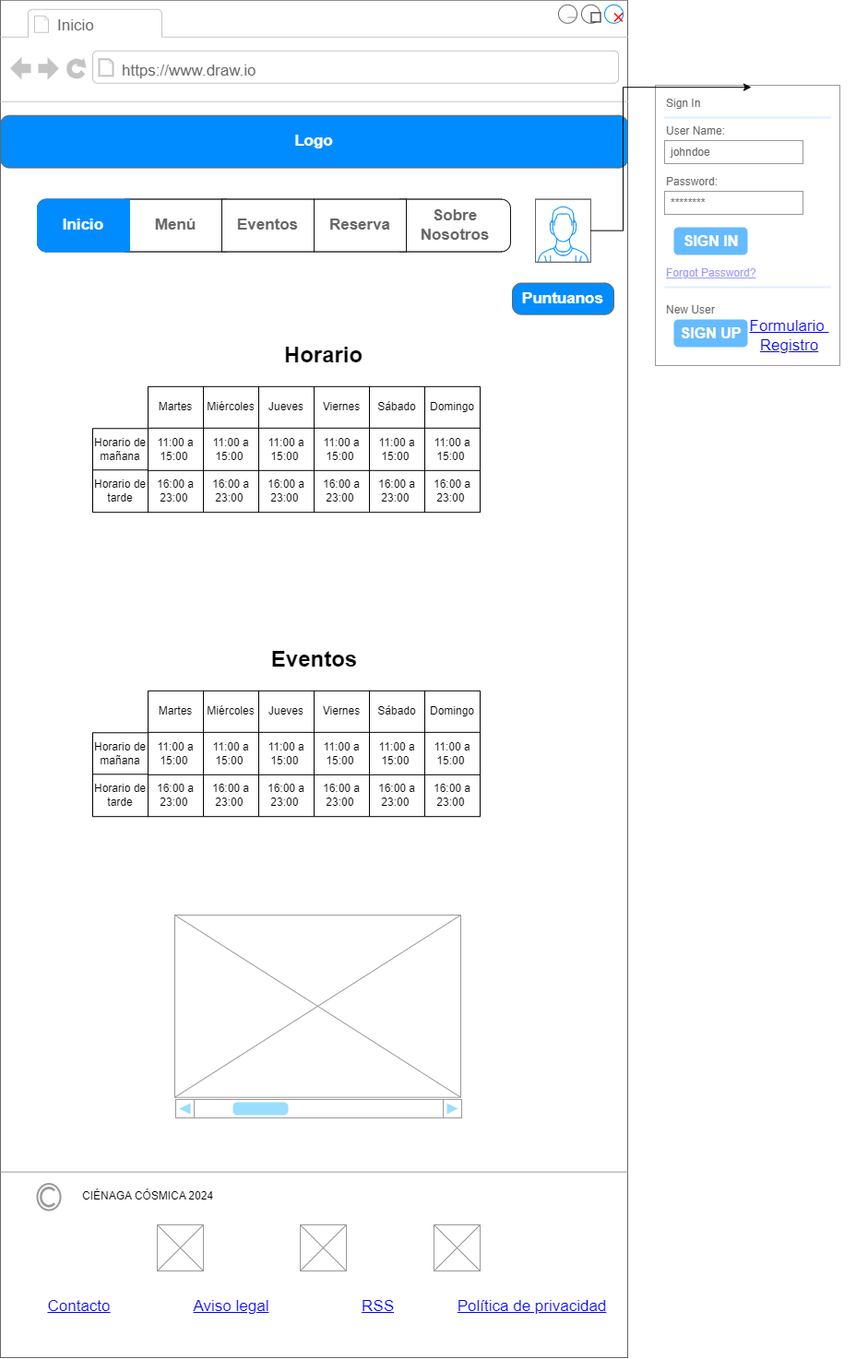
The draw.io diagram MOCKUPS/Mockups_Cibercafé-Inicio.html.drawio.png in luciarinconpozo/Cibercafe, before a commit. Source tidied: cells renumbered, new cells last; positions are measured from the earlier drawing's top-left corner, leaving out a move shared by most shapes.
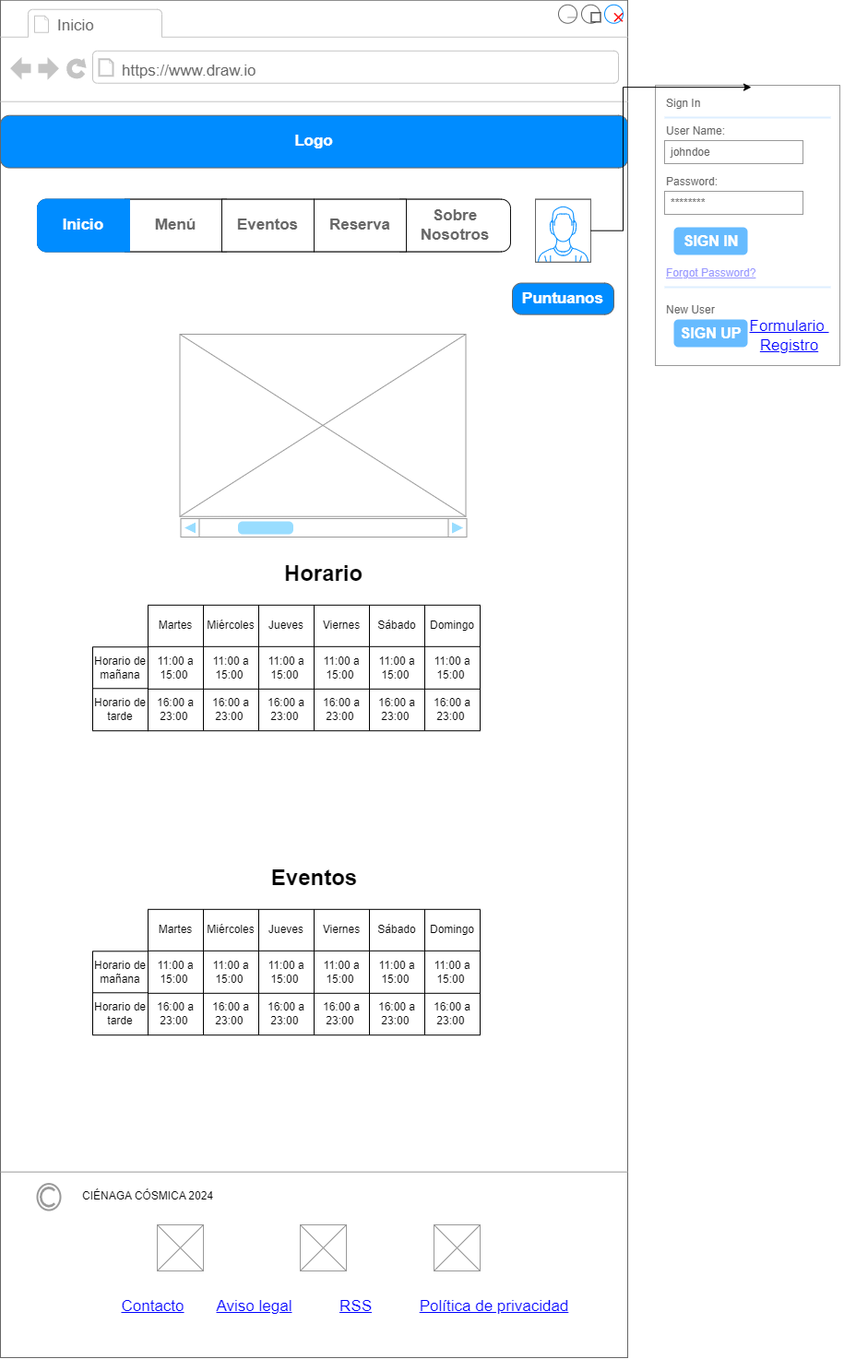
The same file after the commit.

Diff of the diagram source:
```diff
@@ -6,7 +6,7 @@
       <mxGeometry x="100" y="352" width="580" height="1120" as="geometry" />
     </mxCell>
     <mxCell id="3" value="Help" style="strokeColor=inherit;fillColor=inherit;gradientColor=inherit;strokeWidth=1;shadow=0;dashed=0;align=center;html=1;shape=mxgraph.mockup.forms.rrect;rSize=0;fontSize=17;fontColor=#666666;whiteSpace=wrap;" parent="2" vertex="1">
-      <mxGeometry x="415" width="83" height="34.1" as="geometry" />
+      <mxGeometry x="415" y="237" width="83" height="34.1" as="geometry" />
     </mxCell>
     <mxCell id="4" style="strokeWidth=1;shadow=0;dashed=0;align=center;html=1;shape=mxgraph.mockup.containers.browserWindow;rSize=0;strokeColor=#666666;strokeColor2=#008cff;strokeColor3=#c4c4c4;mainText=,;" parent="2" vertex="1">
       <mxGeometry x="-100" y="-352.3" width="680" height="1472.3" as="geometry" />
@@ -57,7 +57,7 @@
       <mxGeometry x="555" y="306.8" width="110" height="34.1" as="geometry" />
     </mxCell>
     <mxCell id="18" style="shape=table;startSize=0;" parent="4" vertex="1">
-      <mxGeometry x="160" y="749.1" width="360" height="136.4" as="geometry" />
+      <mxGeometry x="160" y="986.1" width="360" height="136.4" as="geometry" />
     </mxCell>
     <mxCell id="19" style="shape=tableRow;horizontal=0;startSize=0;swimlaneHead=0;swimlaneBody=0;strokeColor=inherit;top=0;left=0;bottom=0;right=0;fillColor=none;" parent="18" vertex="1">
       <mxGeometry width="360" height="45" as="geometry" />
@@ -123,7 +123,7 @@
       <mxGeometry x="300" width="60" height="45" as="geometry" />
     </mxCell>
     <mxCell id="40" style="shape=table;startSize=0;" parent="4" vertex="1">
-      <mxGeometry x="100" y="794.5" width="60" height="90.9" as="geometry" />
+      <mxGeometry x="100" y="1031.5" width="60" height="90.9" as="geometry" />
     </mxCell>
     <mxCell id="41" style="shape=tableRow;horizontal=0;startSize=0;swimlaneHead=0;swimlaneBody=0;strokeColor=inherit;top=0;left=0;bottom=0;right=0;fillColor=none;" parent="40" vertex="1">
       <mxGeometry width="60" height="45" as="geometry" />
@@ -138,7 +138,7 @@
       <mxGeometry width="60" height="46" as="geometry" />
     </mxCell>
     <mxCell id="45" value="Eventos" style="text;strokeColor=none;fillColor=none;html=1;fontSize=24;fontStyle=1;verticalAlign=middle;align=center;" parent="4" vertex="1">
-      <mxGeometry x="290" y="692.3" width="100" height="45.5" as="geometry" />
+      <mxGeometry x="290" y="929.3" width="100" height="45.5" as="geometry" />
     </mxCell>
     <mxCell id="46" style="shape=mxgraph.mockup.markup.redX;fillColor=#ff0000;html=1;shadow=0;whiteSpace=wrap;strokeColor=none;" parent="4" vertex="1">
       <mxGeometry x="665" y="13.6" width="10" height="10" as="geometry" />
@@ -150,7 +150,7 @@
       <mxGeometry x="640.5" y="13.6" width="10" height="10" as="geometry" />
     </mxCell>
     <mxCell id="49" style="shape=table;startSize=0;" parent="4" vertex="1">
-      <mxGeometry x="160" y="419.1" width="360" height="136.4" as="geometry" />
+      <mxGeometry x="160" y="656.1" width="360" height="136.4" as="geometry" />
     </mxCell>
     <mxCell id="50" style="shape=tableRow;horizontal=0;startSize=0;swimlaneHead=0;swimlaneBody=0;strokeColor=inherit;top=0;left=0;bottom=0;right=0;fillColor=none;" parent="49" vertex="1">
       <mxGeometry width="360" height="45" as="geometry" />
@@ -216,7 +216,7 @@
       <mxGeometry x="300" width="60" height="45" as="geometry" />
     </mxCell>
     <mxCell id="71" style="shape=table;startSize=0;" parent="4" vertex="1">
-      <mxGeometry x="100" y="464.5" width="60" height="90.9" as="geometry" />
+      <mxGeometry x="100" y="701.5" width="60" height="90.9" as="geometry" />
     </mxCell>
     <mxCell id="72" style="shape=tableRow;horizontal=0;startSize=0;swimlaneHead=0;swimlaneBody=0;strokeColor=inherit;top=0;left=0;bottom=0;right=0;fillColor=none;" parent="71" vertex="1">
       <mxGeometry width="60" height="45" as="geometry" />
@@ -231,19 +231,19 @@
       <mxGeometry width="60" height="46" as="geometry" />
     </mxCell>
     <mxCell id="76" value="Horario" style="text;strokeColor=none;fillColor=none;html=1;fontSize=24;fontStyle=1;verticalAlign=middle;align=center;" parent="4" vertex="1">
-      <mxGeometry x="300" y="362.3" width="100" height="45.5" as="geometry" />
+      <mxGeometry x="300" y="599.3" width="100" height="45.5" as="geometry" />
     </mxCell>
     <mxCell id="77" value="Contacto" style="shape=rectangle;strokeColor=none;fillColor=none;linkText=;fontSize=17;fontColor=#0000ff;fontStyle=4;html=1;align=center;" parent="4" vertex="1">
-      <mxGeometry x="10" y="1402.4" width="150" height="30" as="geometry" />
+      <mxGeometry x="90" y="1402.4" width="150" height="30" as="geometry" />
     </mxCell>
     <mxCell id="78" value="Política de privacidad" style="shape=rectangle;strokeColor=none;fillColor=none;linkText=;fontSize=17;fontColor=#0000ff;fontStyle=4;html=1;align=center;" parent="4" vertex="1">
-      <mxGeometry x="500.5" y="1402.4" width="150" height="30" as="geometry" />
+      <mxGeometry x="460" y="1402.4" width="150" height="30" as="geometry" />
     </mxCell>
     <mxCell id="79" value="RSS" style="shape=rectangle;strokeColor=none;fillColor=none;linkText=;fontSize=17;fontColor=#0000ff;fontStyle=4;html=1;align=center;" parent="4" vertex="1">
-      <mxGeometry x="334" y="1402.4" width="150" height="30" as="geometry" />
+      <mxGeometry x="310" y="1402.4" width="150" height="30" as="geometry" />
     </mxCell>
     <mxCell id="80" value="Aviso legal" style="shape=rectangle;strokeColor=none;fillColor=none;linkText=;fontSize=17;fontColor=#0000ff;fontStyle=4;html=1;align=center;" parent="4" vertex="1">
-      <mxGeometry x="175" y="1402.4" width="150" height="30" as="geometry" />
+      <mxGeometry x="200" y="1402.4" width="150" height="30" as="geometry" />
     </mxCell>
     <mxCell id="81" value="CIÉNAGA CÓSMICA 2024" style="text;html=1;align=center;verticalAlign=middle;whiteSpace=wrap;rounded=0;" parent="4" vertex="1">
       <mxGeometry x="80" y="1282.3" width="160" height="30" as="geometry" />
@@ -257,12 +257,12 @@
     <mxCell id="84" style="verticalLabelPosition=bottom;shadow=0;dashed=0;align=center;html=1;verticalAlign=top;strokeWidth=1;shape=mxgraph.mockup.graphics.simpleIcon;strokeColor=#999999;" parent="4" vertex="1">
       <mxGeometry x="470" y="1328.3" width="50" height="50" as="geometry" />
     </mxCell>
-    <mxCell id="85" style="verticalLabelPosition=bottom;shadow=0;dashed=0;align=center;html=1;verticalAlign=top;strokeWidth=1;shape=mxgraph.mockup.graphics.simpleIcon;strokeColor=#999999;" parent="4" vertex="1">
-      <mxGeometry x="189" y="992.3" width="310" height="197.7" as="geometry" />
-    </mxCell>
-    <mxCell id="86" style="verticalLabelPosition=bottom;shadow=0;dashed=0;align=center;html=1;verticalAlign=top;strokeWidth=1;shape=mxgraph.mockup.navigation.scrollBar;strokeColor=#999999;barPos=20;fillColor2=#99ddff;strokeColor2=none;" parent="4" vertex="1">
-      <mxGeometry x="190" y="1192.3" width="310" height="20" as="geometry" />
-    </mxCell>
+    <mxCell id="101" style="verticalLabelPosition=bottom;shadow=0;dashed=0;align=center;html=1;verticalAlign=top;strokeWidth=1;shape=mxgraph.mockup.graphics.simpleIcon;strokeColor=#999999;" parent="4" vertex="1">
+      <mxGeometry x="194.5" y="362.3" width="310" height="197.7" as="geometry" />
+    </mxCell>
+    <mxCell id="102" style="verticalLabelPosition=bottom;shadow=0;dashed=0;align=center;html=1;verticalAlign=top;strokeWidth=1;shape=mxgraph.mockup.navigation.scrollBar;strokeColor=#999999;barPos=20;fillColor2=#99ddff;strokeColor2=none;" parent="4" vertex="1">
+      <mxGeometry x="195.5" y="562.3" width="310" height="20" as="geometry" />
+    </mxCell>
     <mxCell id="87" style="strokeWidth=1;shadow=0;dashed=0;align=center;html=1;shape=mxgraph.mockup.forms.rrect;rSize=0;strokeColor=#999999;fillColor=#ffffff;" parent="1" vertex="1">
       <mxGeometry x="710" y="92" width="200" height="304" as="geometry" />
     </mxCell>
```
